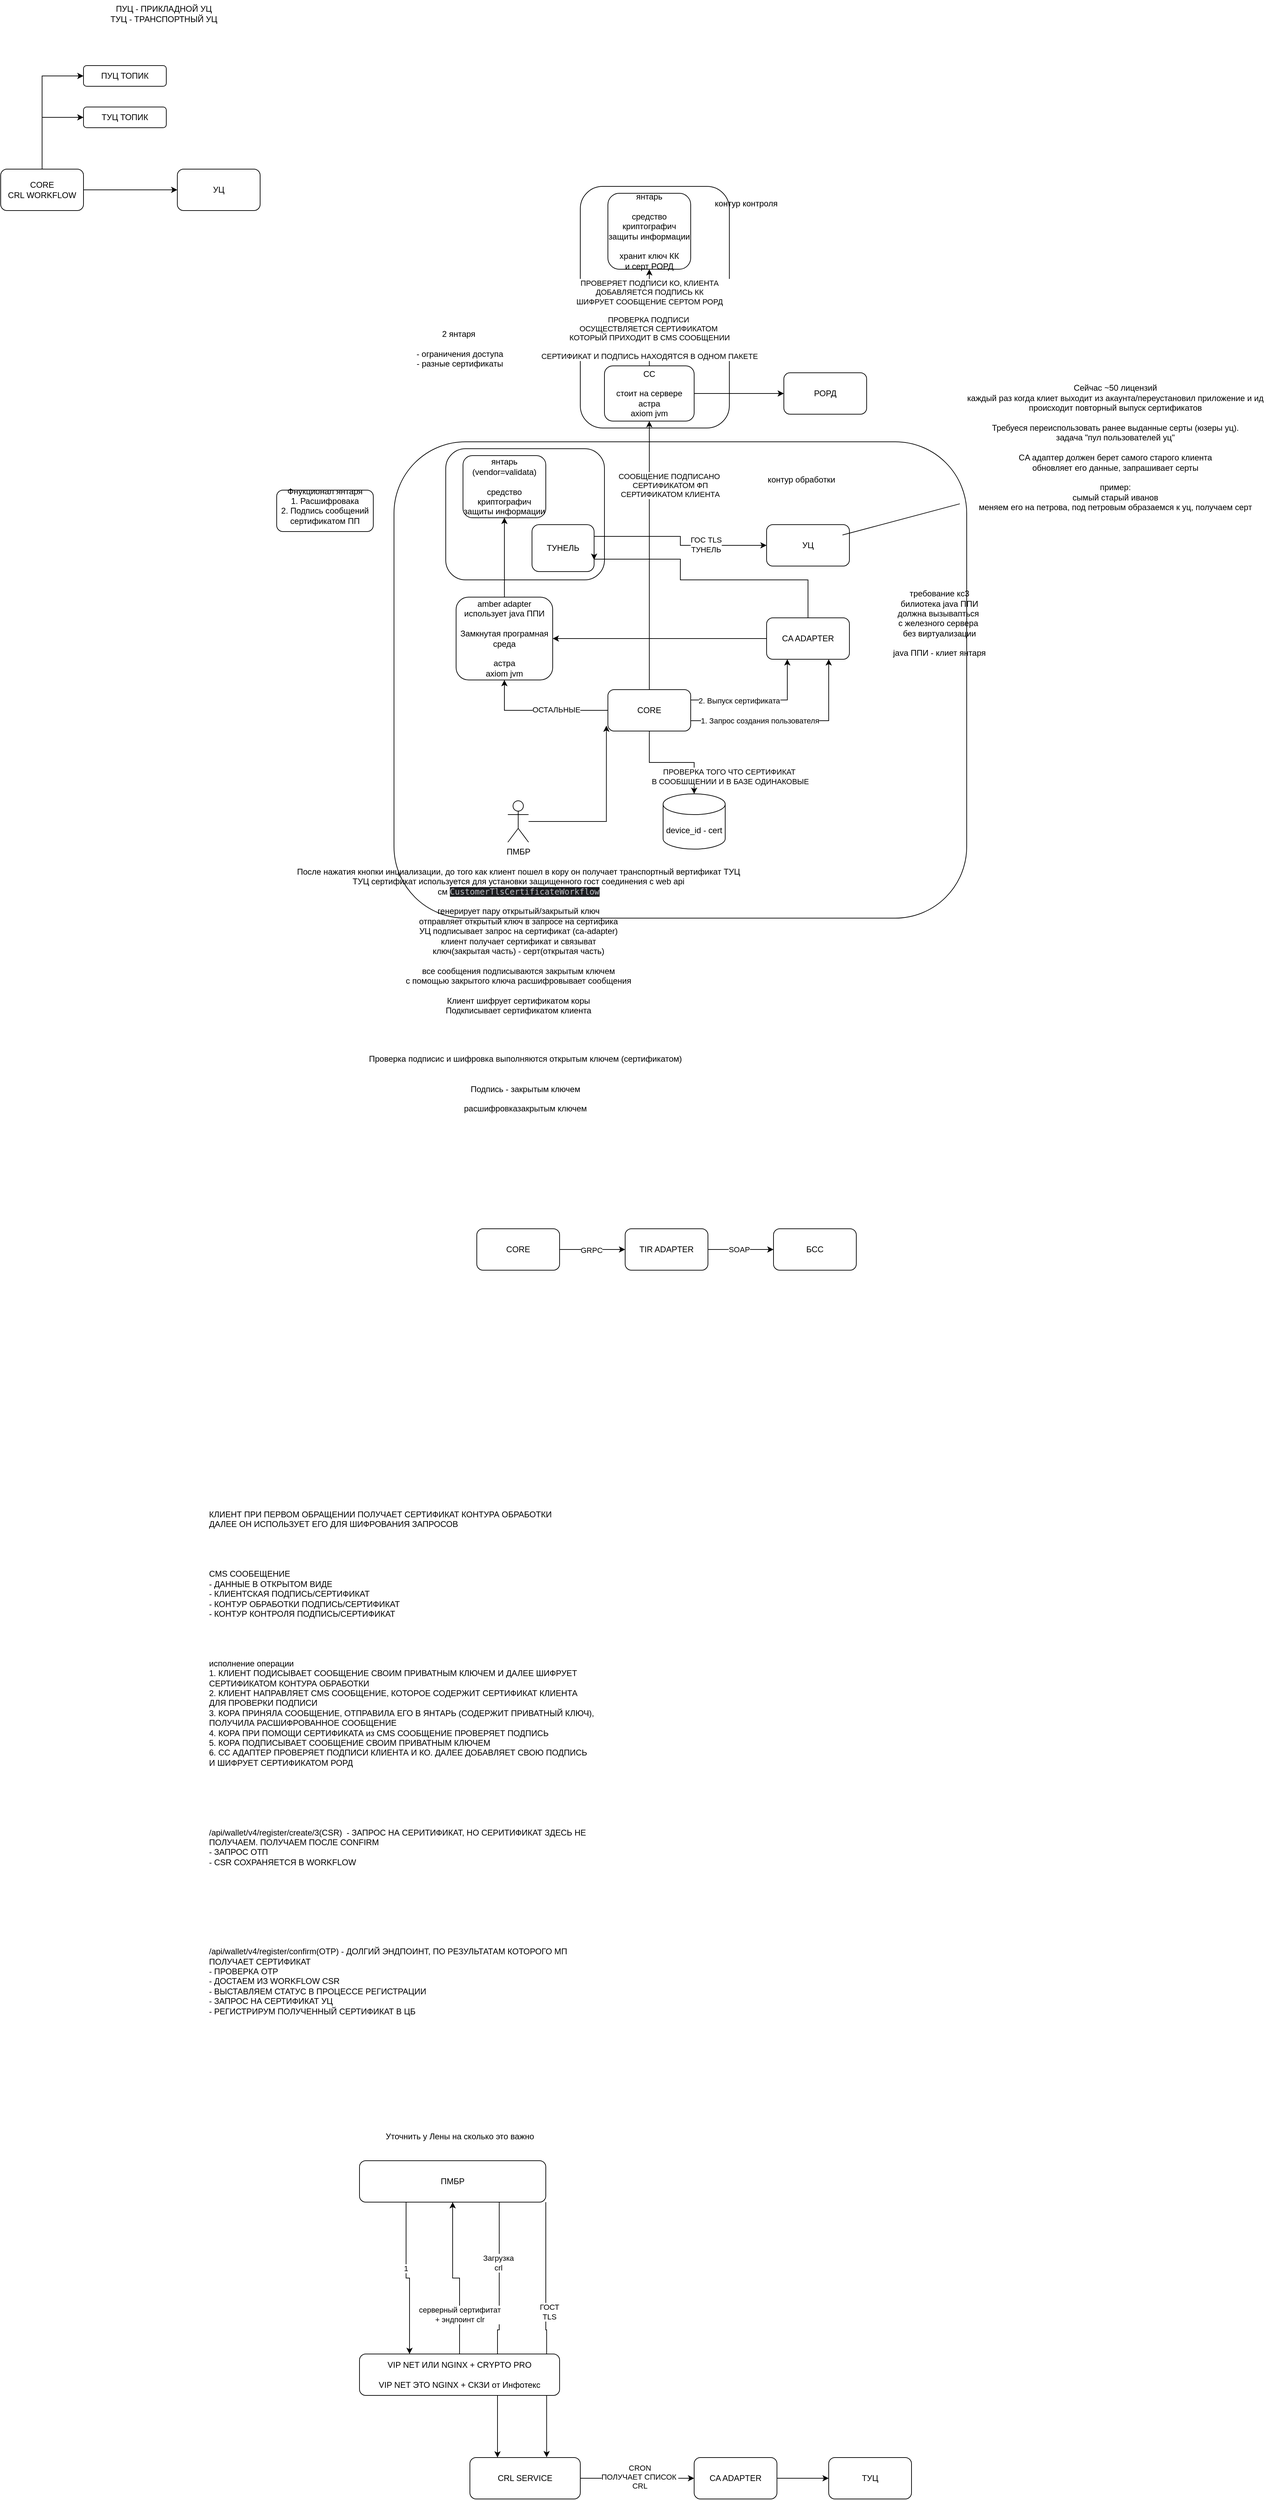
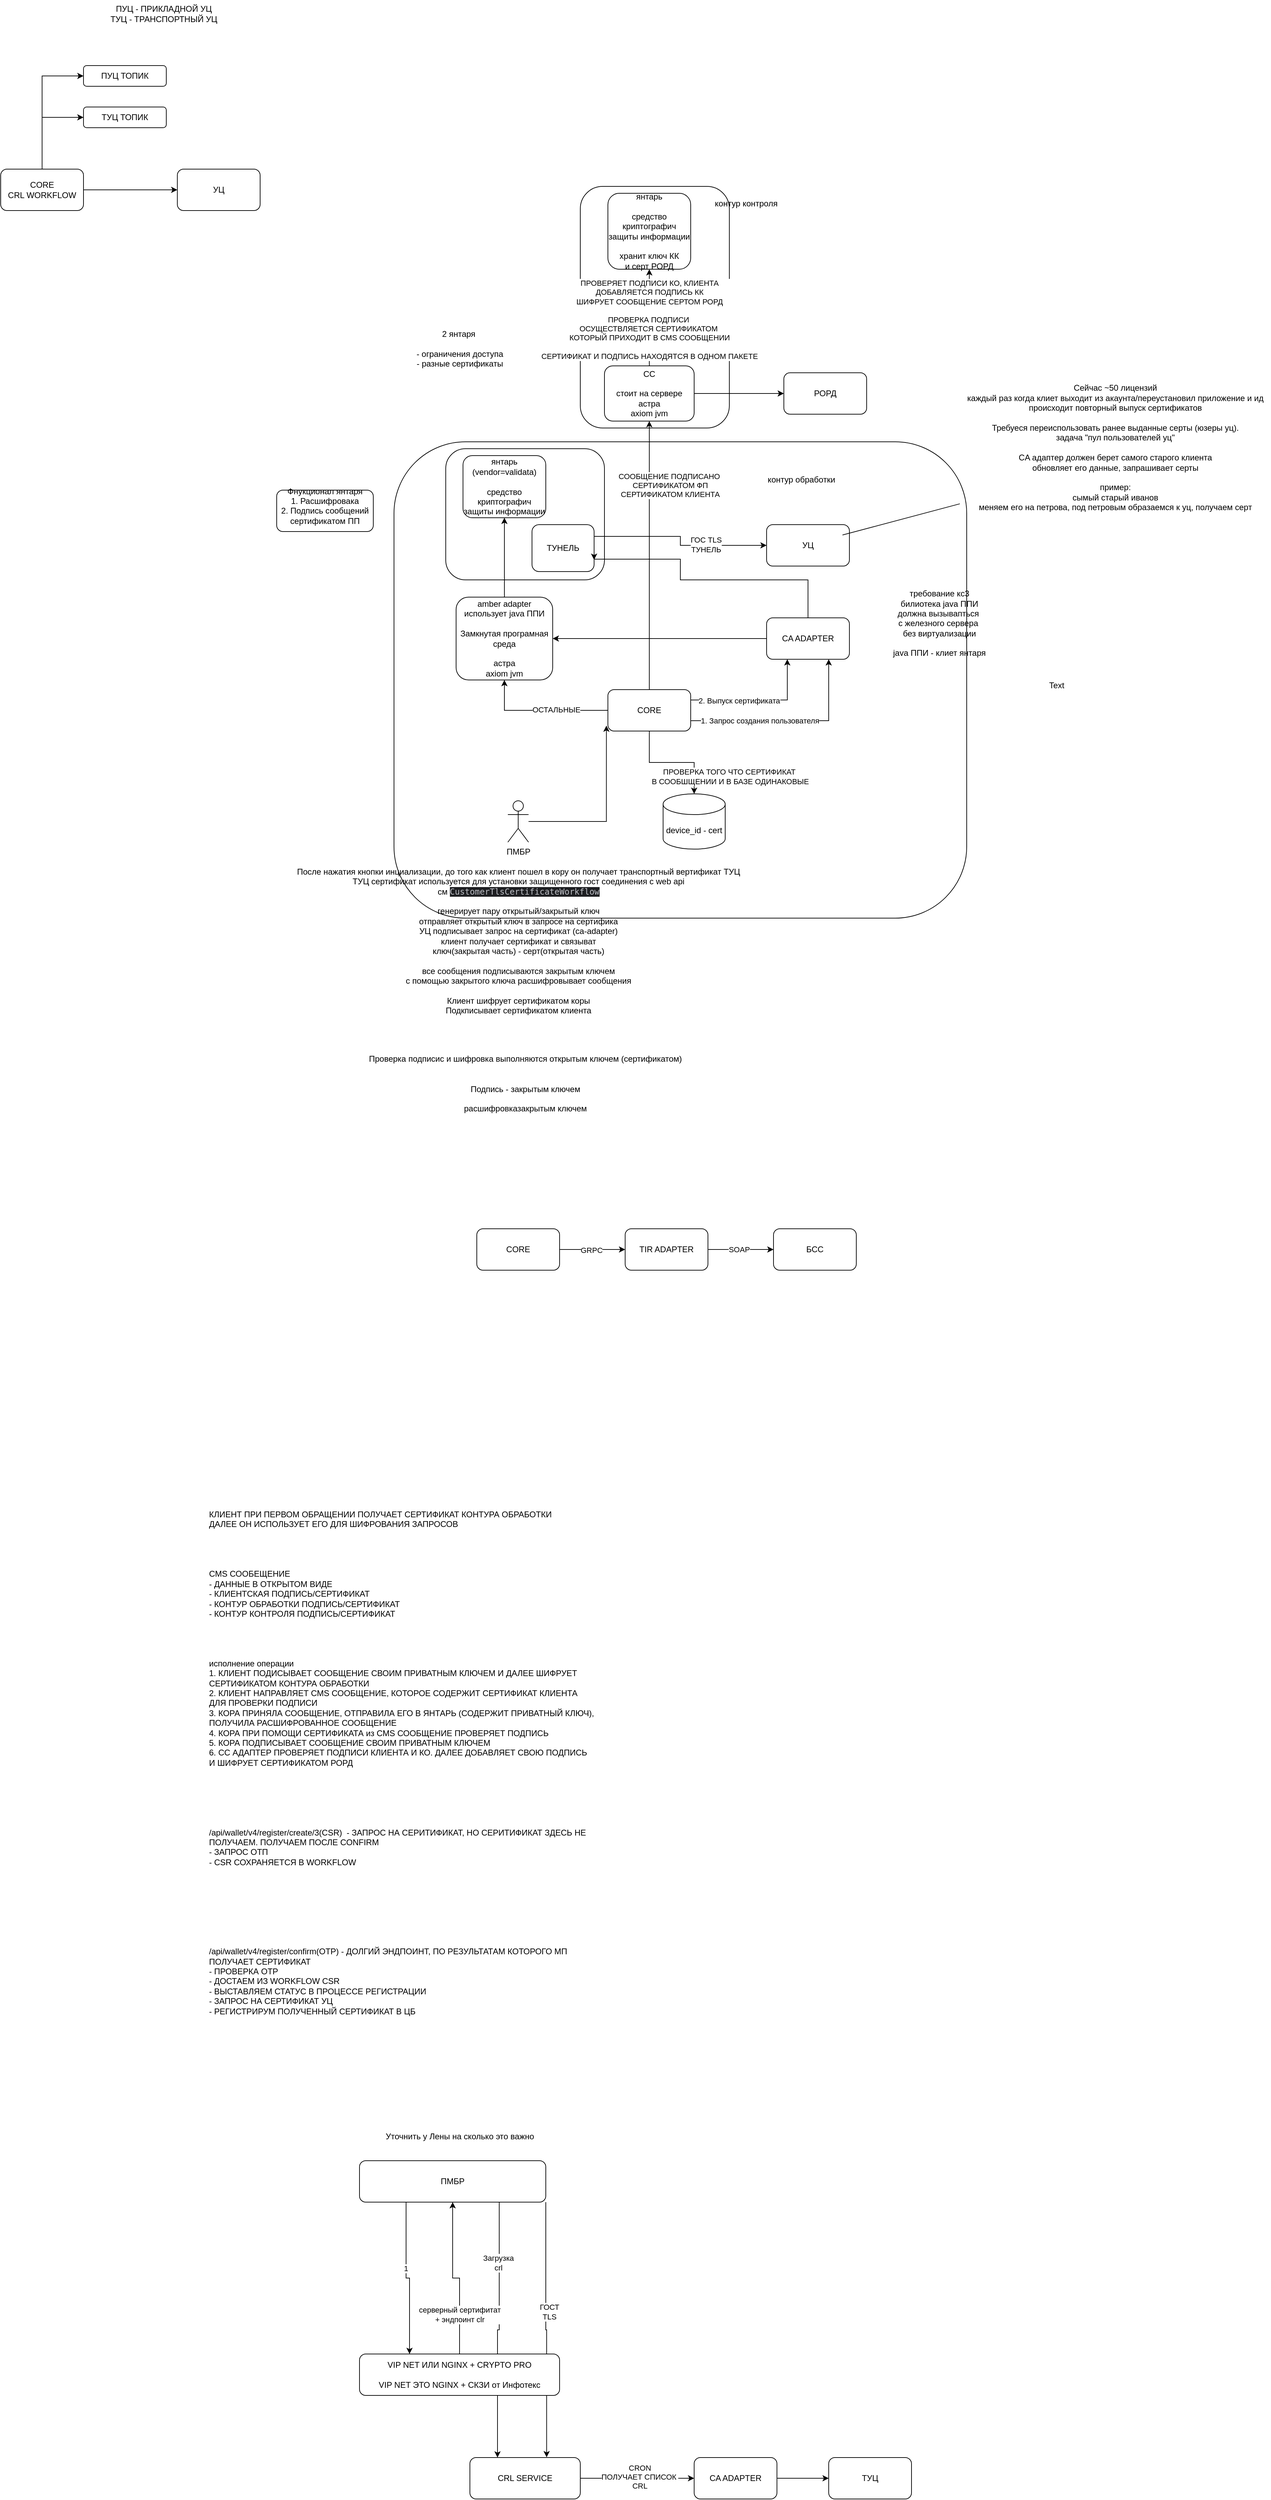
- <mxfile host="Electron" agent="Mozilla/5.0 (Windows NT 10.0; Win64; x64) AppleWebKit/537.36 (KHTML, like Gecko) draw.io/26.0.4 Chrome/128.0.6613.186 Electron/32.2.5 Safari/537.36" version="26.0.4" pages="3">
+ <mxfile host="Electron" agent="Mozilla/5.0 (Windows NT 10.0; Win64; x64) AppleWebKit/537.36 (KHTML, like Gecko) draw.io/26.0.4 Chrome/128.0.6613.186 Electron/32.2.5 Safari/537.36" version="26.0.4" pages="4">
  <diagram name="Страница — 1" id="pgvcaZ0Rv6buhrO1yxXQ">
-     <mxGraphModel dx="2257" dy="825" grid="1" gridSize="10" guides="1" tooltips="1" connect="1" arrows="1" fold="1" page="1" pageScale="1" pageWidth="827" pageHeight="1169" math="0" shadow="0">
+     <mxGraphModel dx="2501" dy="836" grid="1" gridSize="10" guides="1" tooltips="1" connect="1" arrows="1" fold="1" page="1" pageScale="1" pageWidth="827" pageHeight="1169" math="0" shadow="0">
      <root>
        <mxCell id="0" />
        <mxCell id="1" parent="0" />
        <mxCell id="4sIBM63_LyJVRaDMRHby-28" value="" style="rounded=1;whiteSpace=wrap;html=1;" parent="1" vertex="1">
          <mxGeometry x="40" y="750" width="830" height="690" as="geometry" />
        </mxCell>
        <mxCell id="4sIBM63_LyJVRaDMRHby-41" value="" style="rounded=1;whiteSpace=wrap;html=1;" parent="1" vertex="1">
          <mxGeometry x="115" y="760" width="230" height="190" as="geometry" />
        </mxCell>
        <mxCell id="4sIBM63_LyJVRaDMRHby-27" value="" style="rounded=1;whiteSpace=wrap;html=1;" parent="1" vertex="1">
          <mxGeometry x="310" y="380" width="216" height="350" as="geometry" />
        </mxCell>
        <mxCell id="4sIBM63_LyJVRaDMRHby-3" value="" style="edgeStyle=orthogonalEdgeStyle;rounded=0;orthogonalLoop=1;jettySize=auto;html=1;exitX=1;exitY=0.75;exitDx=0;exitDy=0;entryX=0.75;entryY=1;entryDx=0;entryDy=0;" parent="1" source="4sIBM63_LyJVRaDMRHby-1" target="4sIBM63_LyJVRaDMRHby-2" edge="1">
          <mxGeometry relative="1" as="geometry" />
        </mxCell>
        <mxCell id="4sIBM63_LyJVRaDMRHby-10" value="1. Запрос создания пользователя" style="edgeLabel;html=1;align=center;verticalAlign=middle;resizable=0;points=[];" parent="4sIBM63_LyJVRaDMRHby-3" vertex="1" connectable="0">
          <mxGeometry x="-0.2626" y="1" relative="1" as="geometry">
            <mxPoint x="-7" y="1" as="offset" />
          </mxGeometry>
        </mxCell>
        <mxCell id="4sIBM63_LyJVRaDMRHby-5" value="" style="edgeStyle=orthogonalEdgeStyle;rounded=0;orthogonalLoop=1;jettySize=auto;html=1;" parent="1" source="4sIBM63_LyJVRaDMRHby-1" target="4sIBM63_LyJVRaDMRHby-4" edge="1">
          <mxGeometry relative="1" as="geometry" />
        </mxCell>
        <mxCell id="4sIBM63_LyJVRaDMRHby-48" value="СООБЩЕНИЕ ПОДПИСАНО&amp;nbsp;&lt;div&gt;СЕРТИФИКАТОМ ФП&lt;/div&gt;&lt;div&gt;СЕРТИФИКАТОМ КЛИЕНТА&lt;/div&gt;" style="edgeLabel;html=1;align=center;verticalAlign=middle;resizable=0;points=[];" parent="4sIBM63_LyJVRaDMRHby-5" vertex="1" connectable="0">
          <mxGeometry x="0.4064" relative="1" as="geometry">
            <mxPoint x="30" y="-23" as="offset" />
          </mxGeometry>
        </mxCell>
        <mxCell id="4sIBM63_LyJVRaDMRHby-12" value="" style="edgeStyle=orthogonalEdgeStyle;rounded=0;orthogonalLoop=1;jettySize=auto;html=1;" parent="1" source="4sIBM63_LyJVRaDMRHby-1" target="4sIBM63_LyJVRaDMRHby-11" edge="1">
          <mxGeometry relative="1" as="geometry" />
        </mxCell>
        <mxCell id="4sIBM63_LyJVRaDMRHby-50" value="ПРОВЕРКА ТОГО ЧТО СЕРТИФИКАТ&amp;nbsp;&lt;div&gt;В СООБШЩЕНИИ И В БАЗЕ ОДИНАКОВЫЕ&lt;/div&gt;" style="edgeLabel;html=1;align=center;verticalAlign=middle;resizable=0;points=[];" parent="4sIBM63_LyJVRaDMRHby-12" vertex="1" connectable="0">
          <mxGeometry x="0.0362" relative="1" as="geometry">
            <mxPoint x="81" y="20" as="offset" />
          </mxGeometry>
        </mxCell>
        <mxCell id="4sIBM63_LyJVRaDMRHby-14" value="" style="edgeStyle=orthogonalEdgeStyle;rounded=0;orthogonalLoop=1;jettySize=auto;html=1;" parent="1" source="4sIBM63_LyJVRaDMRHby-1" target="4sIBM63_LyJVRaDMRHby-13" edge="1">
          <mxGeometry relative="1" as="geometry" />
        </mxCell>
        <mxCell id="4sIBM63_LyJVRaDMRHby-46" value="ОСТАЛЬНЫЕ" style="edgeLabel;html=1;align=center;verticalAlign=middle;resizable=0;points=[];" parent="4sIBM63_LyJVRaDMRHby-14" vertex="1" connectable="0">
          <mxGeometry x="-0.2231" y="-1" relative="1" as="geometry">
            <mxPoint as="offset" />
          </mxGeometry>
        </mxCell>
        <mxCell id="pcI6uLumDVg8t84by_lJ-2" style="edgeStyle=orthogonalEdgeStyle;rounded=0;orthogonalLoop=1;jettySize=auto;html=1;exitX=1;exitY=0.25;exitDx=0;exitDy=0;entryX=0.25;entryY=1;entryDx=0;entryDy=0;" parent="1" source="4sIBM63_LyJVRaDMRHby-1" target="4sIBM63_LyJVRaDMRHby-2" edge="1">
          <mxGeometry relative="1" as="geometry" />
        </mxCell>
        <mxCell id="pcI6uLumDVg8t84by_lJ-3" value="2. Выпуск сертификата" style="edgeLabel;html=1;align=center;verticalAlign=middle;resizable=0;points=[];" parent="pcI6uLumDVg8t84by_lJ-2" vertex="1" connectable="0">
          <mxGeometry x="-0.5713" y="-1" relative="1" as="geometry">
            <mxPoint x="27" as="offset" />
          </mxGeometry>
        </mxCell>
        <mxCell id="4sIBM63_LyJVRaDMRHby-1" value="CORE" style="rounded=1;whiteSpace=wrap;html=1;" parent="1" vertex="1">
          <mxGeometry x="350" y="1109" width="120" height="60" as="geometry" />
        </mxCell>
        <mxCell id="4sIBM63_LyJVRaDMRHby-23" style="edgeStyle=orthogonalEdgeStyle;rounded=0;orthogonalLoop=1;jettySize=auto;html=1;entryX=1;entryY=0.5;entryDx=0;entryDy=0;" parent="1" source="4sIBM63_LyJVRaDMRHby-2" target="4sIBM63_LyJVRaDMRHby-13" edge="1">
          <mxGeometry relative="1" as="geometry" />
        </mxCell>
        <mxCell id="4sIBM63_LyJVRaDMRHby-2" value="CA ADAPTER" style="whiteSpace=wrap;html=1;rounded=1;" parent="1" vertex="1">
          <mxGeometry x="580" y="1005" width="120" height="60" as="geometry" />
        </mxCell>
        <mxCell id="4sIBM63_LyJVRaDMRHby-7" value="" style="edgeStyle=orthogonalEdgeStyle;rounded=0;orthogonalLoop=1;jettySize=auto;html=1;" parent="1" source="4sIBM63_LyJVRaDMRHby-4" target="4sIBM63_LyJVRaDMRHby-6" edge="1">
          <mxGeometry relative="1" as="geometry" />
        </mxCell>
        <mxCell id="4sIBM63_LyJVRaDMRHby-49" value="&lt;div&gt;ПРОВЕРЯЕТ ПОДПИСИ КО, КЛИЕНТА&lt;/div&gt;ДОБАВЛЯЕТСЯ ПОДПИСЬ КК&lt;div&gt;ШИФРУЕТ СООБЩЕНИЕ СЕРТОМ РОРД&lt;/div&gt;&lt;div&gt;&lt;br&gt;&lt;/div&gt;&lt;div&gt;ПРОВЕРКА ПОДПИСИ&amp;nbsp;&lt;/div&gt;&lt;div&gt;ОСУЩЕСТВЛЯЕТСЯ СЕРТИФИКАТОМ&amp;nbsp;&lt;/div&gt;&lt;div&gt;КОТОРЫЙ ПРИХОДИТ В CMS СООБЩЕНИИ&lt;/div&gt;&lt;div&gt;&lt;br&gt;&lt;/div&gt;&lt;div&gt;СЕРТИФИКАТ И ПОДПИСЬ НАХОДЯТСЯ В ОДНОМ ПАКЕТЕ&lt;/div&gt;" style="edgeLabel;html=1;align=center;verticalAlign=middle;resizable=0;points=[];" parent="4sIBM63_LyJVRaDMRHby-7" vertex="1" connectable="0">
          <mxGeometry x="-0.0457" relative="1" as="geometry">
            <mxPoint as="offset" />
          </mxGeometry>
        </mxCell>
        <mxCell id="4sIBM63_LyJVRaDMRHby-9" value="" style="edgeStyle=orthogonalEdgeStyle;rounded=0;orthogonalLoop=1;jettySize=auto;html=1;" parent="1" source="4sIBM63_LyJVRaDMRHby-4" target="4sIBM63_LyJVRaDMRHby-8" edge="1">
          <mxGeometry relative="1" as="geometry" />
        </mxCell>
        <mxCell id="4sIBM63_LyJVRaDMRHby-4" value="CC&lt;div&gt;&lt;br&gt;&lt;/div&gt;&lt;div&gt;стоит на сервере&lt;/div&gt;&lt;div&gt;астра&lt;/div&gt;&lt;div&gt;axiom jvm&lt;/div&gt;" style="whiteSpace=wrap;html=1;rounded=1;" parent="1" vertex="1">
          <mxGeometry x="345" y="640" width="130" height="80" as="geometry" />
        </mxCell>
        <mxCell id="4sIBM63_LyJVRaDMRHby-6" value="янтарь&lt;div&gt;&lt;br&gt;&lt;/div&gt;&lt;div&gt;средство криптографич защиты информации&lt;/div&gt;&lt;div&gt;&lt;br&gt;&lt;/div&gt;&lt;div&gt;хранит ключ КК&lt;/div&gt;&lt;div&gt;и серт РОРД&lt;/div&gt;" style="whiteSpace=wrap;html=1;rounded=1;" parent="1" vertex="1">
          <mxGeometry x="350" y="390" width="120" height="110" as="geometry" />
        </mxCell>
        <mxCell id="4sIBM63_LyJVRaDMRHby-8" value="РОРД" style="whiteSpace=wrap;html=1;rounded=1;" parent="1" vertex="1">
          <mxGeometry x="605" y="650" width="120" height="60" as="geometry" />
        </mxCell>
        <mxCell id="4sIBM63_LyJVRaDMRHby-11" value="device_id - cert" style="shape=cylinder3;whiteSpace=wrap;html=1;boundedLbl=1;backgroundOutline=1;size=15;" parent="1" vertex="1">
          <mxGeometry x="430" y="1260" width="90" height="80" as="geometry" />
        </mxCell>
        <mxCell id="4sIBM63_LyJVRaDMRHby-26" value="" style="edgeStyle=orthogonalEdgeStyle;rounded=0;orthogonalLoop=1;jettySize=auto;html=1;" parent="1" source="4sIBM63_LyJVRaDMRHby-13" target="4sIBM63_LyJVRaDMRHby-25" edge="1">
          <mxGeometry relative="1" as="geometry" />
        </mxCell>
        <mxCell id="4sIBM63_LyJVRaDMRHby-13" value="amber adapter&lt;div&gt;использует java ППИ&lt;/div&gt;&lt;div&gt;&lt;div&gt;&lt;br&gt;&lt;/div&gt;&lt;div&gt;Замкнутая програмная среда&lt;/div&gt;&lt;div&gt;&lt;br&gt;&lt;/div&gt;&lt;div&gt;&lt;div&gt;астра&lt;/div&gt;&lt;div&gt;axiom jvm&lt;/div&gt;&lt;/div&gt;&lt;/div&gt;" style="whiteSpace=wrap;html=1;rounded=1;" parent="1" vertex="1">
          <mxGeometry x="130" y="975" width="140" height="120" as="geometry" />
        </mxCell>
        <mxCell id="4sIBM63_LyJVRaDMRHby-17" value="ПМБР&lt;div&gt;&lt;br&gt;&lt;/div&gt;&lt;div&gt;После нажатия кнопки инциализации, до того как клиент пошел в кору он получает транспортный вертификат ТУЦ&lt;/div&gt;&lt;div&gt;ТУЦ сертификат используется для установки защищенного гост соединения с web api&lt;br&gt;см&amp;nbsp;&lt;span style=&quot;font-family: &amp;quot;JetBrains Mono&amp;quot;, monospace; background-color: rgb(30, 31, 34); color: rgb(188, 190, 196);&quot;&gt;CustomerTlsCertificateWorkflow&lt;/span&gt;&lt;/div&gt;&lt;div&gt;&lt;br&gt;&lt;/div&gt;&lt;div&gt;генерирует пару открытый/закрытый ключ&lt;/div&gt;&lt;div&gt;отправляет открытый ключ в запросе на сертифика&lt;/div&gt;&lt;div&gt;УЦ подписывает запрос на сертификат (ca-adapter)&lt;/div&gt;&lt;div&gt;клиент получает сертификат и связыват&lt;/div&gt;&lt;div&gt;ключ(закрытая часть) - серт(открытая часть)&lt;/div&gt;&lt;div&gt;&lt;br&gt;&lt;/div&gt;&lt;div&gt;все сообщения подписываются закрытым ключем&lt;/div&gt;&lt;div&gt;с помощью закрытого ключа расшифровывает сообщения&lt;/div&gt;&lt;div&gt;&lt;br&gt;&lt;/div&gt;&lt;div&gt;Клиент шифрует сертификатом коры&lt;/div&gt;&lt;div&gt;Подкписывает сертификатом клиента&lt;/div&gt;&lt;div&gt;&lt;br&gt;&lt;/div&gt;" style="shape=umlActor;verticalLabelPosition=bottom;verticalAlign=top;html=1;outlineConnect=0;" parent="1" vertex="1">
          <mxGeometry x="205" y="1270" width="30" height="60" as="geometry" />
        </mxCell>
        <mxCell id="4sIBM63_LyJVRaDMRHby-22" style="edgeStyle=orthogonalEdgeStyle;rounded=0;orthogonalLoop=1;jettySize=auto;html=1;entryX=-0.018;entryY=0.868;entryDx=0;entryDy=0;entryPerimeter=0;" parent="1" source="4sIBM63_LyJVRaDMRHby-17" target="4sIBM63_LyJVRaDMRHby-1" edge="1">
          <mxGeometry relative="1" as="geometry" />
        </mxCell>
        <mxCell id="4sIBM63_LyJVRaDMRHby-25" value="янтарь (vendor=validata)&lt;div&gt;&lt;br&gt;&lt;/div&gt;&lt;div&gt;средство криптографич защиты информации&lt;/div&gt;" style="whiteSpace=wrap;html=1;rounded=1;" parent="1" vertex="1">
          <mxGeometry x="140" y="770" width="120" height="90" as="geometry" />
        </mxCell>
        <mxCell id="4sIBM63_LyJVRaDMRHby-29" value="контур контроля" style="text;html=1;align=center;verticalAlign=middle;resizable=0;points=[];autosize=1;strokeColor=none;fillColor=none;" parent="1" vertex="1">
          <mxGeometry x="495" y="390" width="110" height="30" as="geometry" />
        </mxCell>
        <mxCell id="4sIBM63_LyJVRaDMRHby-30" value="контур обработки" style="text;html=1;align=center;verticalAlign=middle;resizable=0;points=[];autosize=1;strokeColor=none;fillColor=none;" parent="1" vertex="1">
          <mxGeometry x="570" y="790" width="120" height="30" as="geometry" />
        </mxCell>
        <mxCell id="4sIBM63_LyJVRaDMRHby-31" value="требование кс3&lt;div&gt;билиотека java ППИ&lt;/div&gt;&lt;div&gt;должна вызывапться&amp;nbsp;&lt;/div&gt;&lt;div&gt;с железного сервера&amp;nbsp;&lt;/div&gt;&lt;div&gt;без виртуализации&lt;/div&gt;&lt;div&gt;&lt;br&gt;&lt;/div&gt;&lt;div&gt;java ППИ - клиет янтаря&lt;/div&gt;" style="text;html=1;align=center;verticalAlign=middle;resizable=0;points=[];autosize=1;strokeColor=none;fillColor=none;" parent="1" vertex="1">
          <mxGeometry x="750" y="958" width="160" height="110" as="geometry" />
        </mxCell>
        <mxCell id="4sIBM63_LyJVRaDMRHby-32" value="2 янтаря&amp;nbsp;&lt;div&gt;&lt;br&gt;&lt;/div&gt;&lt;div&gt;- ограничения доступа&lt;/div&gt;&lt;div&gt;- разные сертификаты&lt;/div&gt;" style="text;html=1;align=center;verticalAlign=middle;resizable=0;points=[];autosize=1;strokeColor=none;fillColor=none;" parent="1" vertex="1">
          <mxGeometry x="60" y="580" width="150" height="70" as="geometry" />
        </mxCell>
        <mxCell id="4sIBM63_LyJVRaDMRHby-35" value="УЦ" style="whiteSpace=wrap;html=1;rounded=1;" parent="1" vertex="1">
          <mxGeometry x="580" y="870" width="120" height="60" as="geometry" />
        </mxCell>
        <mxCell id="4sIBM63_LyJVRaDMRHby-44" style="edgeStyle=orthogonalEdgeStyle;rounded=0;orthogonalLoop=1;jettySize=auto;html=1;exitX=1;exitY=0.25;exitDx=0;exitDy=0;entryX=0;entryY=0.5;entryDx=0;entryDy=0;" parent="1" source="4sIBM63_LyJVRaDMRHby-38" target="4sIBM63_LyJVRaDMRHby-35" edge="1">
          <mxGeometry relative="1" as="geometry" />
        </mxCell>
        <mxCell id="4sIBM63_LyJVRaDMRHby-45" value="ГОС TLS&lt;div&gt;ТУНЕЛЬ&lt;/div&gt;" style="edgeLabel;html=1;align=center;verticalAlign=middle;resizable=0;points=[];" parent="4sIBM63_LyJVRaDMRHby-44" vertex="1" connectable="0">
          <mxGeometry x="0.3296" y="1" relative="1" as="geometry">
            <mxPoint as="offset" />
          </mxGeometry>
        </mxCell>
        <mxCell id="4sIBM63_LyJVRaDMRHby-38" value="ТУНЕЛЬ" style="whiteSpace=wrap;html=1;rounded=1;" parent="1" vertex="1">
          <mxGeometry x="240" y="870" width="90" height="68" as="geometry" />
        </mxCell>
        <mxCell id="4sIBM63_LyJVRaDMRHby-43" style="edgeStyle=orthogonalEdgeStyle;rounded=0;orthogonalLoop=1;jettySize=auto;html=1;entryX=1;entryY=0.75;entryDx=0;entryDy=0;" parent="1" source="4sIBM63_LyJVRaDMRHby-2" target="4sIBM63_LyJVRaDMRHby-38" edge="1">
          <mxGeometry relative="1" as="geometry">
            <Array as="points">
              <mxPoint x="640" y="950" />
              <mxPoint x="455" y="950" />
              <mxPoint x="455" y="920" />
              <mxPoint x="330" y="920" />
            </Array>
          </mxGeometry>
        </mxCell>
        <mxCell id="4sIBM63_LyJVRaDMRHby-47" value="Фнукционал янтаря&lt;div&gt;1. Расшифровака&lt;/div&gt;&lt;div&gt;2. Подпись сообщений сертификатом ПП&lt;/div&gt;&lt;div&gt;&lt;br&gt;&lt;/div&gt;" style="rounded=1;whiteSpace=wrap;html=1;" parent="1" vertex="1">
          <mxGeometry x="-130" y="820" width="140" height="60" as="geometry" />
        </mxCell>
        <mxCell id="4sIBM63_LyJVRaDMRHby-51" value="Проверка подписис и шифровка выполняются открытым ключем (сертификатом)&lt;div&gt;&lt;br&gt;&lt;/div&gt;&lt;div&gt;&lt;br&gt;&lt;/div&gt;&lt;div&gt;Подпись - закрытым ключем&lt;/div&gt;&lt;div&gt;&lt;br&gt;&lt;/div&gt;&lt;div&gt;расшифровказакрытым ключем&lt;/div&gt;" style="text;html=1;align=center;verticalAlign=middle;resizable=0;points=[];autosize=1;strokeColor=none;fillColor=none;" parent="1" vertex="1">
          <mxGeometry x="-10" y="1630" width="480" height="100" as="geometry" />
        </mxCell>
        <mxCell id="uIm1Y0EgrWgQWR7Xcj3S-1" value="Сейчас ~50 лицензий&lt;div&gt;каждый раз когда клиет выходит из акаунта/переустановил приложение и ид&lt;/div&gt;&lt;div&gt;происходит повторный выпуск сертификатов&lt;/div&gt;&lt;div&gt;&lt;br&gt;&lt;/div&gt;&lt;div&gt;Требуеся переиспользовать ранее выданные серты (юзеры уц).&lt;/div&gt;&lt;div&gt;задача &quot;пул пользователей уц&quot;&lt;/div&gt;&lt;div&gt;&lt;br&gt;&lt;/div&gt;&lt;div&gt;CA адаптер должен берет самого старого клиента&lt;/div&gt;&lt;div&gt;обновляет его данные, запрашивает серты&lt;/div&gt;&lt;div&gt;&lt;br&gt;&lt;/div&gt;&lt;div&gt;пример:&lt;/div&gt;&lt;div&gt;сымый старый иванов&lt;/div&gt;&lt;div&gt;меняем его на петрова, под петровым образаемся к уц, получаем серт&lt;/div&gt;&lt;div&gt;&lt;br&gt;&lt;/div&gt;&lt;div&gt;&lt;br&gt;&lt;/div&gt;&lt;div&gt;&lt;br&gt;&lt;/div&gt;" style="text;html=1;align=center;verticalAlign=middle;resizable=0;points=[];autosize=1;strokeColor=none;fillColor=none;" parent="1" vertex="1">
          <mxGeometry x="860" y="660" width="450" height="240" as="geometry" />
        </mxCell>
        <mxCell id="uIm1Y0EgrWgQWR7Xcj3S-2" value="" style="endArrow=none;html=1;rounded=0;" parent="1" target="uIm1Y0EgrWgQWR7Xcj3S-1" edge="1">
          <mxGeometry width="50" height="50" relative="1" as="geometry">
            <mxPoint x="690" y="885" as="sourcePoint" />
            <mxPoint x="740" y="835" as="targetPoint" />
          </mxGeometry>
        </mxCell>
        <mxCell id="uIm1Y0EgrWgQWR7Xcj3S-3" value="БСС" style="rounded=1;whiteSpace=wrap;html=1;" parent="1" vertex="1">
          <mxGeometry x="590" y="1890" width="120" height="60" as="geometry" />
        </mxCell>
        <mxCell id="uIm1Y0EgrWgQWR7Xcj3S-8" value="" style="edgeStyle=orthogonalEdgeStyle;rounded=0;orthogonalLoop=1;jettySize=auto;html=1;" parent="1" source="uIm1Y0EgrWgQWR7Xcj3S-4" target="uIm1Y0EgrWgQWR7Xcj3S-5" edge="1">
          <mxGeometry relative="1" as="geometry" />
        </mxCell>
        <mxCell id="uIm1Y0EgrWgQWR7Xcj3S-9" value="GRPC" style="edgeLabel;html=1;align=center;verticalAlign=middle;resizable=0;points=[];" parent="uIm1Y0EgrWgQWR7Xcj3S-8" vertex="1" connectable="0">
          <mxGeometry x="-0.0363" y="-1" relative="1" as="geometry">
            <mxPoint as="offset" />
          </mxGeometry>
        </mxCell>
        <mxCell id="uIm1Y0EgrWgQWR7Xcj3S-4" value="CORE" style="rounded=1;whiteSpace=wrap;html=1;" parent="1" vertex="1">
          <mxGeometry x="160" y="1890" width="120" height="60" as="geometry" />
        </mxCell>
        <mxCell id="uIm1Y0EgrWgQWR7Xcj3S-6" value="" style="edgeStyle=orthogonalEdgeStyle;rounded=0;orthogonalLoop=1;jettySize=auto;html=1;" parent="1" source="uIm1Y0EgrWgQWR7Xcj3S-5" target="uIm1Y0EgrWgQWR7Xcj3S-3" edge="1">
          <mxGeometry relative="1" as="geometry" />
        </mxCell>
        <mxCell id="uIm1Y0EgrWgQWR7Xcj3S-7" value="SOAP" style="edgeLabel;html=1;align=center;verticalAlign=middle;resizable=0;points=[];" parent="uIm1Y0EgrWgQWR7Xcj3S-6" vertex="1" connectable="0">
          <mxGeometry x="0.4751" y="-1" relative="1" as="geometry">
            <mxPoint x="-25" y="-1" as="offset" />
          </mxGeometry>
        </mxCell>
        <mxCell id="uIm1Y0EgrWgQWR7Xcj3S-5" value="TIR ADAPTER" style="rounded=1;whiteSpace=wrap;html=1;" parent="1" vertex="1">
          <mxGeometry x="375" y="1890" width="120" height="60" as="geometry" />
        </mxCell>
        <mxCell id="UknL3V866Mz8AX77sruj-1" value="КЛИЕНТ ПРИ ПЕРВОМ ОБРАЩЕНИИ ПОЛУЧАЕТ СЕРТИФИКАТ КОНТУРА ОБРАБОТКИ&#xa;ДАЛЕЕ ОН ИСПОЛЬЗУЕТ ЕГО ДЛЯ ШИФРОВАНИЯ ЗАПРОСОВ&#xa;&#xa;&#xa;&#xa;&#xa;CMS СООБЕЩЕНИЕ&#xa;- ДАННЫЕ В ОТКРЫТОМ ВИДЕ&#xa;- КЛИЕНТСКАЯ ПОДПИСЬ/СЕРТИФИКАТ&#xa;- КОНТУР ОБРАБОТКИ ПОДПИСЬ/СЕРТИФИКАТ&#xa;- КОНТУР КОНТРОЛЯ ПОДПИСЬ/СЕРТИФИКАТ&#xa;&#xa;&#xa;&#xa;&#xa;исполнение операции&#xa;1. КЛИЕНТ ПОДИСЫВАЕТ СООБЩЕНИЕ СВОИМ ПРИВАТНЫМ КЛЮЧЕМ И ДАЛЕЕ ШИФРУЕТ СЕРТИФИКАТОМ КОНТУРА ОБРАБОТКИ&#xa;2. КЛИЕНТ НАПРАВЛЯЕТ CMS СООБЩЕНИЕ, КОТОРОЕ СОДЕРЖИТ СЕРТИФИКАТ КЛИЕНТА ДЛЯ ПРОВЕРКИ ПОДПИСИ&#xa;3. КОРА ПРИНЯЛА СООБЩЕНИЕ, ОТПРАВИЛА ЕГО В ЯНТАРЬ (СОДЕРЖИТ ПРИВАТНЫЙ КЛЮЧ), ПОЛУЧИЛА РАСШИФРОВАННОЕ СООБЩЕНИЕ&#xa;4. КОРА ПРИ ПОМОЩИ СЕРТИФИКАТА из CMS СООБЩЕНИЕ ПРОВЕРЯЕТ ПОДПИСЬ&#xa;5. КОРА ПОДПИСЫВАЕТ СООБЩЕНИЕ СВОИМ ПРИВАТНЫМ КЛЮЧЕМ&#xa;6. СС АДАПТЕР ПРОВЕРЯЕТ ПОДПИСИ КЛИЕНТА И КО. ДАЛЕЕ ДОБАВЛЯЕТ СВОЮ ПОДПИСЬ И ШИФРУЕТ СЕРТИФИКАТОМ РОРД&#xa;&#xa;&#xa;&#xa;&#xa;&#xa;&#xa;/api/wallet/v4/register/create/3(CSR)  - ЗАПРОС НА СЕРИТИФИКАТ, НО СЕРИТИФИКАТ ЗДЕСЬ НЕ ПОЛУЧАЕМ. ПОЛУЧАЕМ ПОСЛЕ CONFIRM&#xa;- ЗАПРОС ОТП&#xa;- CSR СОХРАНЯЕТСЯ В WORKFLOW&#xa;&#xa;&#xa;&#xa;&#xa;&#xa;&#xa;&#xa;&#xa;/api/wallet/v4/register/confirm(OTP) - ДОЛГИЙ ЭНДПОИНТ, ПО РЕЗУЛЬТАТАМ КОТОРОГО МП ПОЛУЧАЕТ СЕРТИФИКАТ&#xa;- ПРОВЕРКА OTP&#xa;- ДОСТАЕМ ИЗ WORKFLOW CSR&#xa;- ВЫСТАВЛЯЕМ СТАТУС В ПРОЦЕССЕ РЕГИСТРАЦИИ&#xa;- ЗАПРОС НА СЕРТИФИКАТ УЦ&#xa;- РЕГИСТРИРУМ ПОЛУЧЕННЫЙ СЕРТИФИКАТ В ЦБ" style="text;whiteSpace=wrap;" parent="1" vertex="1">
          <mxGeometry x="-230" y="2290" width="560" height="760" as="geometry" />
        </mxCell>
        <mxCell id="dq57_j2vLdb_g1SHtbGU-1" value="" style="edgeStyle=orthogonalEdgeStyle;rounded=0;orthogonalLoop=1;jettySize=auto;html=1;" parent="1" source="dq57_j2vLdb_g1SHtbGU-4" target="dq57_j2vLdb_g1SHtbGU-5" edge="1">
          <mxGeometry relative="1" as="geometry" />
        </mxCell>
        <mxCell id="dq57_j2vLdb_g1SHtbGU-2" style="edgeStyle=orthogonalEdgeStyle;rounded=0;orthogonalLoop=1;jettySize=auto;html=1;entryX=0;entryY=0.5;entryDx=0;entryDy=0;" parent="1" source="dq57_j2vLdb_g1SHtbGU-4" target="dq57_j2vLdb_g1SHtbGU-7" edge="1">
          <mxGeometry relative="1" as="geometry" />
        </mxCell>
        <mxCell id="dq57_j2vLdb_g1SHtbGU-3" style="edgeStyle=orthogonalEdgeStyle;rounded=0;orthogonalLoop=1;jettySize=auto;html=1;entryX=0;entryY=0.5;entryDx=0;entryDy=0;" parent="1" source="dq57_j2vLdb_g1SHtbGU-4" target="dq57_j2vLdb_g1SHtbGU-6" edge="1">
          <mxGeometry relative="1" as="geometry" />
        </mxCell>
        <mxCell id="dq57_j2vLdb_g1SHtbGU-4" value="CORE&lt;br&gt;CRL WORKFLOW" style="rounded=1;whiteSpace=wrap;html=1;" parent="1" vertex="1">
          <mxGeometry x="-530" y="355" width="120" height="60" as="geometry" />
        </mxCell>
        <mxCell id="dq57_j2vLdb_g1SHtbGU-5" value="УЦ" style="whiteSpace=wrap;html=1;rounded=1;" parent="1" vertex="1">
          <mxGeometry x="-274" y="355" width="120" height="60" as="geometry" />
        </mxCell>
        <mxCell id="dq57_j2vLdb_g1SHtbGU-6" value="ПУЦ ТОПИК" style="rounded=1;whiteSpace=wrap;html=1;" parent="1" vertex="1">
          <mxGeometry x="-410" y="205" width="120" height="30" as="geometry" />
        </mxCell>
        <mxCell id="dq57_j2vLdb_g1SHtbGU-7" value="ТУЦ ТОПИК" style="rounded=1;whiteSpace=wrap;html=1;" parent="1" vertex="1">
          <mxGeometry x="-410" y="265" width="120" height="30" as="geometry" />
        </mxCell>
        <mxCell id="dq57_j2vLdb_g1SHtbGU-8" value="ПУЦ - ПРИКЛАДНОЙ УЦ&lt;div&gt;ТУЦ - ТРАНСПОРТНЫЙ УЦ&lt;/div&gt;" style="text;html=1;align=center;verticalAlign=middle;resizable=0;points=[];autosize=1;strokeColor=none;fillColor=none;" parent="1" vertex="1">
          <mxGeometry x="-384" y="110" width="180" height="40" as="geometry" />
        </mxCell>
        <mxCell id="FtwS1VE2ofwAxsUsAAHx-10" style="edgeStyle=orthogonalEdgeStyle;rounded=0;orthogonalLoop=1;jettySize=auto;html=1;entryX=0.25;entryY=0;entryDx=0;entryDy=0;exitX=0.25;exitY=1;exitDx=0;exitDy=0;" parent="1" source="FtwS1VE2ofwAxsUsAAHx-2" target="FtwS1VE2ofwAxsUsAAHx-7" edge="1">
          <mxGeometry relative="1" as="geometry" />
        </mxCell>
        <mxCell id="FtwS1VE2ofwAxsUsAAHx-11" value="1" style="edgeLabel;html=1;align=center;verticalAlign=middle;resizable=0;points=[];" parent="FtwS1VE2ofwAxsUsAAHx-10" vertex="1" connectable="0">
          <mxGeometry x="-0.1524" y="-1" relative="1" as="geometry">
            <mxPoint as="offset" />
          </mxGeometry>
        </mxCell>
        <mxCell id="FtwS1VE2ofwAxsUsAAHx-17" style="edgeStyle=orthogonalEdgeStyle;rounded=0;orthogonalLoop=1;jettySize=auto;html=1;exitX=0.75;exitY=1;exitDx=0;exitDy=0;entryX=0.25;entryY=0;entryDx=0;entryDy=0;" parent="1" source="FtwS1VE2ofwAxsUsAAHx-2" target="FtwS1VE2ofwAxsUsAAHx-22" edge="1">
          <mxGeometry relative="1" as="geometry" />
        </mxCell>
        <mxCell id="FtwS1VE2ofwAxsUsAAHx-18" value="Загрузка&lt;br&gt;crl" style="edgeLabel;html=1;align=center;verticalAlign=middle;resizable=0;points=[];" parent="FtwS1VE2ofwAxsUsAAHx-17" vertex="1" connectable="0">
          <mxGeometry x="-0.4119" relative="1" as="geometry">
            <mxPoint x="-2" y="-22" as="offset" />
          </mxGeometry>
        </mxCell>
        <mxCell id="FtwS1VE2ofwAxsUsAAHx-19" style="edgeStyle=orthogonalEdgeStyle;rounded=0;orthogonalLoop=1;jettySize=auto;html=1;exitX=1;exitY=1;exitDx=0;exitDy=0;entryX=0.695;entryY=-0.007;entryDx=0;entryDy=0;entryPerimeter=0;" parent="1" source="FtwS1VE2ofwAxsUsAAHx-2" target="FtwS1VE2ofwAxsUsAAHx-22" edge="1">
          <mxGeometry relative="1" as="geometry" />
        </mxCell>
        <mxCell id="FtwS1VE2ofwAxsUsAAHx-2" value="ПМБР" style="rounded=1;whiteSpace=wrap;html=1;" parent="1" vertex="1">
          <mxGeometry x="-10" y="3240" width="270" height="60" as="geometry" />
        </mxCell>
        <mxCell id="FtwS1VE2ofwAxsUsAAHx-5" value="" style="edgeStyle=orthogonalEdgeStyle;rounded=0;orthogonalLoop=1;jettySize=auto;html=1;" parent="1" source="FtwS1VE2ofwAxsUsAAHx-3" target="FtwS1VE2ofwAxsUsAAHx-4" edge="1">
          <mxGeometry relative="1" as="geometry" />
        </mxCell>
        <mxCell id="FtwS1VE2ofwAxsUsAAHx-3" value="CA ADAPTER" style="rounded=1;whiteSpace=wrap;html=1;" parent="1" vertex="1">
          <mxGeometry x="475" y="3670" width="120" height="60" as="geometry" />
        </mxCell>
        <mxCell id="FtwS1VE2ofwAxsUsAAHx-4" value="ТУЦ" style="whiteSpace=wrap;html=1;rounded=1;" parent="1" vertex="1">
          <mxGeometry x="670" y="3670" width="120" height="60" as="geometry" />
        </mxCell>
        <mxCell id="FtwS1VE2ofwAxsUsAAHx-8" value="" style="edgeStyle=orthogonalEdgeStyle;rounded=0;orthogonalLoop=1;jettySize=auto;html=1;exitX=1;exitY=0.5;exitDx=0;exitDy=0;" parent="1" source="FtwS1VE2ofwAxsUsAAHx-22" target="FtwS1VE2ofwAxsUsAAHx-3" edge="1">
          <mxGeometry relative="1" as="geometry" />
        </mxCell>
        <mxCell id="FtwS1VE2ofwAxsUsAAHx-9" value="CRON&lt;div&gt;ПОЛУЧАЕТ СПИСОК&amp;nbsp;&lt;/div&gt;&lt;div&gt;CRL&lt;/div&gt;" style="edgeLabel;html=1;align=center;verticalAlign=middle;resizable=0;points=[];" parent="FtwS1VE2ofwAxsUsAAHx-8" vertex="1" connectable="0">
          <mxGeometry x="0.0367" y="2" relative="1" as="geometry">
            <mxPoint as="offset" />
          </mxGeometry>
        </mxCell>
        <mxCell id="FtwS1VE2ofwAxsUsAAHx-13" value="серверный сертифитат&lt;br&gt;+ эндпоинт clr" style="edgeStyle=orthogonalEdgeStyle;rounded=0;orthogonalLoop=1;jettySize=auto;html=1;entryX=0.5;entryY=1;entryDx=0;entryDy=0;" parent="1" source="FtwS1VE2ofwAxsUsAAHx-7" target="FtwS1VE2ofwAxsUsAAHx-2" edge="1">
          <mxGeometry x="-0.5" relative="1" as="geometry">
            <mxPoint as="offset" />
          </mxGeometry>
        </mxCell>
        <mxCell id="FtwS1VE2ofwAxsUsAAHx-7" value="VIP NET ИЛИ NGINX + CRYPTO PRO&lt;br&gt;&lt;br&gt;VIP NET ЭТО NGINX + СКЗИ от Инфотекс" style="rounded=1;whiteSpace=wrap;html=1;" parent="1" vertex="1">
          <mxGeometry x="-10" y="3520" width="290" height="60" as="geometry" />
        </mxCell>
        <mxCell id="FtwS1VE2ofwAxsUsAAHx-14" value="ГОСТ &lt;br&gt;TLS" style="edgeLabel;html=1;align=center;verticalAlign=middle;resizable=0;points=[];" parent="1" vertex="1" connectable="0">
          <mxGeometry x="330" y="3459.997142857143" as="geometry">
            <mxPoint x="-65" y="-1" as="offset" />
          </mxGeometry>
        </mxCell>
        <mxCell id="FtwS1VE2ofwAxsUsAAHx-20" value="Уточнить у Лены на сколько это важно" style="text;html=1;align=center;verticalAlign=middle;resizable=0;points=[];autosize=1;strokeColor=none;fillColor=none;" parent="1" vertex="1">
          <mxGeometry x="15" y="3190" width="240" height="30" as="geometry" />
        </mxCell>
        <mxCell id="FtwS1VE2ofwAxsUsAAHx-22" value="CRL SERVICE" style="rounded=1;whiteSpace=wrap;html=1;" parent="1" vertex="1">
          <mxGeometry x="150" y="3670" width="160" height="60" as="geometry" />
+         </mxCell>
+         <mxCell id="OSf77H6NhaFf7Hdhq3k_-2" value="Text" style="text;html=1;align=center;verticalAlign=middle;resizable=0;points=[];autosize=1;strokeColor=none;fillColor=none;" vertex="1" parent="1">
+           <mxGeometry x="975" y="1088" width="50" height="30" as="geometry" />
        </mxCell>
      </root>
    </mxGraphModel>
  </diagram>
  <diagram id="uBDOwDkbMl7s8IWg1npg" name="mock sbercloud">
    <mxGraphModel dx="2022" dy="1866" grid="1" gridSize="10" guides="1" tooltips="1" connect="1" arrows="1" fold="1" page="1" pageScale="1" pageWidth="827" pageHeight="1169" math="0" shadow="0">
      <root>
        <mxCell id="0" />
        <mxCell id="1" parent="0" />
        <mxCell id="SZgRoid6-ahaHkUjuE02-17" value="" style="edgeStyle=orthogonalEdgeStyle;rounded=0;orthogonalLoop=1;jettySize=auto;html=1;" parent="1" source="SZgRoid6-ahaHkUjuE02-1" target="SZgRoid6-ahaHkUjuE02-2" edge="1">
          <mxGeometry relative="1" as="geometry" />
        </mxCell>
        <mxCell id="SZgRoid6-ahaHkUjuE02-1" value="MOCK PRE" style="rounded=1;whiteSpace=wrap;html=1;" parent="1" vertex="1">
          <mxGeometry x="280" y="395" width="120" height="60" as="geometry" />
        </mxCell>
        <mxCell id="SZgRoid6-ahaHkUjuE02-19" value="" style="edgeStyle=orthogonalEdgeStyle;rounded=0;orthogonalLoop=1;jettySize=auto;html=1;" parent="1" source="SZgRoid6-ahaHkUjuE02-2" target="SZgRoid6-ahaHkUjuE02-10" edge="1">
          <mxGeometry relative="1" as="geometry" />
        </mxCell>
        <mxCell id="SZgRoid6-ahaHkUjuE02-2" value="MOCK TEST" style="rounded=1;whiteSpace=wrap;html=1;" parent="1" vertex="1">
          <mxGeometry x="280" y="515" width="120" height="60" as="geometry" />
        </mxCell>
        <mxCell id="SZgRoid6-ahaHkUjuE02-42" value="" style="edgeStyle=orthogonalEdgeStyle;rounded=0;orthogonalLoop=1;jettySize=auto;html=1;" parent="1" source="SZgRoid6-ahaHkUjuE02-3" target="SZgRoid6-ahaHkUjuE02-12" edge="1">
          <mxGeometry relative="1" as="geometry" />
        </mxCell>
        <mxCell id="SZgRoid6-ahaHkUjuE02-3" value="RORD PRE" style="rounded=1;whiteSpace=wrap;html=1;" parent="1" vertex="1">
          <mxGeometry x="280" y="195" width="120" height="60" as="geometry" />
        </mxCell>
        <mxCell id="SZgRoid6-ahaHkUjuE02-5" value="" style="endArrow=none;dashed=1;html=1;dashPattern=1 3;strokeWidth=2;rounded=0;" parent="1" edge="1">
          <mxGeometry width="50" height="50" relative="1" as="geometry">
            <mxPoint x="170" y="485" as="sourcePoint" />
            <mxPoint x="570" y="485" as="targetPoint" />
          </mxGeometry>
        </mxCell>
        <mxCell id="SZgRoid6-ahaHkUjuE02-6" value="ПРИ ВКЛЮЧЕНИИ ДЕБАГ&lt;div&gt;ПОСЛЕ ПОЛУЧЕНИЯ СООБЩЕНИЯ ОТ РОРД&lt;/div&gt;&lt;div&gt;СС АДАПТЕР ОТПРАВЛЯЕТ СООБШЕНИЕ В МОК СЕРВИС И КОРУ ПРЕПРОДА,&lt;/div&gt;&lt;div&gt;КОТОРЫЙ ДАЛЕЕ ОТПРАВЛЯЕТ СООБЩЕНИЕ В СБЕР&lt;/div&gt;" style="text;html=1;align=left;verticalAlign=middle;resizable=0;points=[];autosize=1;strokeColor=none;fillColor=none;" parent="1" vertex="1">
          <mxGeometry x="430" y="225" width="480" height="70" as="geometry" />
        </mxCell>
        <mxCell id="SZgRoid6-ahaHkUjuE02-10" value="СС АДАПТЕР" style="rounded=1;whiteSpace=wrap;html=1;" parent="1" vertex="1">
          <mxGeometry x="280" y="625" width="120" height="60" as="geometry" />
        </mxCell>
        <mxCell id="SZgRoid6-ahaHkUjuE02-43" value="" style="edgeStyle=orthogonalEdgeStyle;rounded=0;orthogonalLoop=1;jettySize=auto;html=1;" parent="1" source="SZgRoid6-ahaHkUjuE02-12" target="SZgRoid6-ahaHkUjuE02-1" edge="1">
          <mxGeometry relative="1" as="geometry" />
        </mxCell>
        <mxCell id="SZgRoid6-ahaHkUjuE02-45" value="" style="edgeStyle=orthogonalEdgeStyle;rounded=0;orthogonalLoop=1;jettySize=auto;html=1;" parent="1" source="SZgRoid6-ahaHkUjuE02-12" target="SZgRoid6-ahaHkUjuE02-44" edge="1">
          <mxGeometry relative="1" as="geometry" />
        </mxCell>
        <mxCell id="SZgRoid6-ahaHkUjuE02-12" value="CC ADAPTER" style="whiteSpace=wrap;html=1;rounded=1;" parent="1" vertex="1">
          <mxGeometry x="280" y="295" width="120" height="60" as="geometry" />
        </mxCell>
        <mxCell id="SZgRoid6-ahaHkUjuE02-15" value="" style="edgeStyle=orthogonalEdgeStyle;rounded=0;orthogonalLoop=1;jettySize=auto;html=1;" parent="1" target="SZgRoid6-ahaHkUjuE02-3" edge="1">
          <mxGeometry relative="1" as="geometry">
            <mxPoint x="340" y="145" as="sourcePoint" />
          </mxGeometry>
        </mxCell>
        <mxCell id="SZgRoid6-ahaHkUjuE02-20" value="1. ШИФРУЕМ СЕРТОМ/&lt;br&gt;&amp;nbsp; &amp;nbsp; ДЕШИФРУЕМ ПРИВАТНЫМ КЛЮЧОМ&lt;br&gt;&lt;br&gt;2. ПОДПИСЫВАЕМ&amp;nbsp;" style="text;html=1;align=left;verticalAlign=middle;resizable=0;points=[];autosize=1;strokeColor=none;fillColor=none;" parent="1" vertex="1">
          <mxGeometry x="90" y="-10" width="250" height="70" as="geometry" />
        </mxCell>
        <mxCell id="SZgRoid6-ahaHkUjuE02-21" value="ПОЛУЧЕНИЕ ОТВЕТА RORD НА ПРЕ" style="text;html=1;align=center;verticalAlign=middle;resizable=0;points=[];autosize=1;strokeColor=none;fillColor=none;" parent="1" vertex="1">
          <mxGeometry x="280" y="103" width="240" height="30" as="geometry" />
        </mxCell>
        <mxCell id="SZgRoid6-ahaHkUjuE02-40" value="" style="edgeStyle=orthogonalEdgeStyle;rounded=0;orthogonalLoop=1;jettySize=auto;html=1;" parent="1" source="SZgRoid6-ahaHkUjuE02-23" target="SZgRoid6-ahaHkUjuE02-28" edge="1">
          <mxGeometry relative="1" as="geometry" />
        </mxCell>
        <mxCell id="SZgRoid6-ahaHkUjuE02-23" value="MOCK PRE" style="rounded=1;whiteSpace=wrap;html=1;" parent="1" vertex="1">
          <mxGeometry x="-490" y="380" width="120" height="60" as="geometry" />
        </mxCell>
        <mxCell id="SZgRoid6-ahaHkUjuE02-38" value="" style="edgeStyle=orthogonalEdgeStyle;rounded=0;orthogonalLoop=1;jettySize=auto;html=1;" parent="1" source="SZgRoid6-ahaHkUjuE02-25" target="SZgRoid6-ahaHkUjuE02-23" edge="1">
          <mxGeometry relative="1" as="geometry" />
        </mxCell>
        <mxCell id="SZgRoid6-ahaHkUjuE02-25" value="MOCK TEST" style="rounded=1;whiteSpace=wrap;html=1;" parent="1" vertex="1">
          <mxGeometry x="-490" y="525" width="120" height="60" as="geometry" />
        </mxCell>
        <mxCell id="SZgRoid6-ahaHkUjuE02-26" value="" style="edgeStyle=orthogonalEdgeStyle;rounded=0;orthogonalLoop=1;jettySize=auto;html=1;" parent="1" source="SZgRoid6-ahaHkUjuE02-28" target="SZgRoid6-ahaHkUjuE02-31" edge="1">
          <mxGeometry relative="1" as="geometry" />
        </mxCell>
        <mxCell id="SZgRoid6-ahaHkUjuE02-28" value="&lt;div&gt;CC ADAPTER&lt;br&gt;&lt;/div&gt;" style="rounded=1;whiteSpace=wrap;html=1;" parent="1" vertex="1">
          <mxGeometry x="-490" y="240" width="120" height="60" as="geometry" />
        </mxCell>
        <mxCell id="SZgRoid6-ahaHkUjuE02-29" value="ПРИ ВКЛЮЧЕНИИ ДЕБАГ&lt;div&gt;ПОСЛЕ ПОЛУЧЕНИЯ СООБЩЕНИЯ ОТ РОРД&lt;/div&gt;&lt;div&gt;СС АДАПТЕР ОТПРАВЛЯЕТ СООБШЕНИЕ В МОК СЕРВИС,&lt;/div&gt;&lt;div&gt;КОТОРЫЙ ДАЛЕЕ ОТПРАВЛЯЕТ СООБЩЕНИЕ В СБЕР&lt;/div&gt;" style="text;html=1;align=left;verticalAlign=middle;resizable=0;points=[];autosize=1;strokeColor=none;fillColor=none;" parent="1" vertex="1">
          <mxGeometry x="-320" y="150" width="360" height="70" as="geometry" />
        </mxCell>
        <mxCell id="SZgRoid6-ahaHkUjuE02-36" value="" style="edgeStyle=orthogonalEdgeStyle;rounded=0;orthogonalLoop=1;jettySize=auto;html=1;" parent="1" source="SZgRoid6-ahaHkUjuE02-30" target="SZgRoid6-ahaHkUjuE02-25" edge="1">
          <mxGeometry relative="1" as="geometry" />
        </mxCell>
        <mxCell id="SZgRoid6-ahaHkUjuE02-37" value="&lt;div&gt;СС адаптер должен зашифросать сообщение.&lt;/div&gt;&lt;div&gt;Шифрует он на сертификат коры, тк нам доступен приватный ключ коры preprod&lt;br&gt;&lt;br&gt;&lt;/div&gt;" style="edgeLabel;html=1;align=left;verticalAlign=middle;resizable=0;points=[];" parent="SZgRoid6-ahaHkUjuE02-36" vertex="1" connectable="0">
          <mxGeometry x="-0.14" relative="1" as="geometry">
            <mxPoint x="70" y="62" as="offset" />
          </mxGeometry>
        </mxCell>
        <mxCell id="SZgRoid6-ahaHkUjuE02-30" value="СС АДАПТЕР" style="rounded=1;whiteSpace=wrap;html=1;" parent="1" vertex="1">
          <mxGeometry x="-490" y="660" width="120" height="60" as="geometry" />
        </mxCell>
        <mxCell id="SZgRoid6-ahaHkUjuE02-31" value="RORD PRE" style="whiteSpace=wrap;html=1;rounded=1;" parent="1" vertex="1">
          <mxGeometry x="-190" y="240" width="120" height="60" as="geometry" />
        </mxCell>
        <mxCell id="SZgRoid6-ahaHkUjuE02-34" value="ОТПРАВКА ЗАПРОСА В РОРД ОТ СБЕРКЛАУД" style="text;html=1;align=center;verticalAlign=middle;resizable=0;points=[];autosize=1;strokeColor=none;fillColor=none;" parent="1" vertex="1">
          <mxGeometry x="-500" y="100" width="290" height="30" as="geometry" />
        </mxCell>
        <mxCell id="SZgRoid6-ahaHkUjuE02-35" value="" style="endArrow=none;dashed=1;html=1;dashPattern=1 3;strokeWidth=2;rounded=0;" parent="1" edge="1">
          <mxGeometry width="50" height="50" relative="1" as="geometry">
            <mxPoint x="-610" y="480" as="sourcePoint" />
            <mxPoint x="-210" y="480" as="targetPoint" />
          </mxGeometry>
        </mxCell>
        <mxCell id="SZgRoid6-ahaHkUjuE02-39" value="Расшифровывает приватным ключом коры,&lt;br&gt;убирает подпись коры сбера&lt;br&gt;подписывает сертификатом коры пре&lt;br&gt;далее отправляем в контур контроля препрода" style="edgeLabel;html=1;align=left;verticalAlign=middle;resizable=0;points=[];" parent="1" vertex="1" connectable="0">
          <mxGeometry x="-355" y="410" as="geometry" />
        </mxCell>
        <mxCell id="SZgRoid6-ahaHkUjuE02-41" value="Проксирует вызов в мок препрода" style="edgeLabel;html=1;align=left;verticalAlign=middle;resizable=0;points=[];" parent="1" vertex="1" connectable="0">
          <mxGeometry x="-360" y="560" as="geometry" />
        </mxCell>
        <mxCell id="SZgRoid6-ahaHkUjuE02-44" value="CORE" style="whiteSpace=wrap;html=1;rounded=1;" parent="1" vertex="1">
          <mxGeometry x="470" y="295" width="120" height="60" as="geometry" />
        </mxCell>
        <mxCell id="SZgRoid6-ahaHkUjuE02-46" value="Шифрует сертификатом КК сбера" style="text;html=1;align=left;verticalAlign=middle;resizable=0;points=[];autosize=1;strokeColor=none;fillColor=none;" parent="1" vertex="1">
          <mxGeometry x="414" y="410" width="210" height="30" as="geometry" />
        </mxCell>
      </root>
    </mxGraphModel>
  </diagram>
  <diagram id="_H_A2X_SbstTiTWt9WqZ" name="АД-КК">
-     <mxGraphModel dx="1753" dy="478" grid="1" gridSize="10" guides="1" tooltips="1" connect="1" arrows="1" fold="1" page="1" pageScale="1" pageWidth="827" pageHeight="1169" math="0" shadow="0">
+     <mxGraphModel dx="2261" dy="836" grid="1" gridSize="10" guides="1" tooltips="1" connect="1" arrows="1" fold="1" page="1" pageScale="1" pageWidth="827" pageHeight="1169" math="0" shadow="0">
      <root>
        <mxCell id="0" />
        <mxCell id="1" parent="0" />
-         <mxCell id="rQOWluhkCJ1iAe6KPbY6-1" value="" style="edgeStyle=orthogonalEdgeStyle;rounded=0;orthogonalLoop=1;jettySize=auto;html=1;" edge="1" parent="1" source="rQOWluhkCJ1iAe6KPbY6-3" target="rQOWluhkCJ1iAe6KPbY6-4">
-           <mxGeometry relative="1" as="geometry" />
-         </mxCell>
-         <mxCell id="rQOWluhkCJ1iAe6KPbY6-2" value="ДАННЫЕ + ГРУППЫ" style="edgeLabel;html=1;align=center;verticalAlign=middle;resizable=0;points=[];" vertex="1" connectable="0" parent="rQOWluhkCJ1iAe6KPbY6-1">
+         <mxCell id="rQOWluhkCJ1iAe6KPbY6-1" value="" style="edgeStyle=orthogonalEdgeStyle;rounded=0;orthogonalLoop=1;jettySize=auto;html=1;" parent="1" source="rQOWluhkCJ1iAe6KPbY6-3" target="rQOWluhkCJ1iAe6KPbY6-4" edge="1">
+           <mxGeometry relative="1" as="geometry" />
+         </mxCell>
+         <mxCell id="rQOWluhkCJ1iAe6KPbY6-2" value="ДАННЫЕ + ГРУППЫ" style="edgeLabel;html=1;align=center;verticalAlign=middle;resizable=0;points=[];" parent="rQOWluhkCJ1iAe6KPbY6-1" vertex="1" connectable="0">
          <mxGeometry x="-0.0063" y="-1" relative="1" as="geometry">
            <mxPoint as="offset" />
          </mxGeometry>
        </mxCell>
-         <mxCell id="rQOWluhkCJ1iAe6KPbY6-3" value="АД" style="rounded=1;whiteSpace=wrap;html=1;" vertex="1" parent="1">
+         <mxCell id="rQOWluhkCJ1iAe6KPbY6-3" value="АД" style="rounded=1;whiteSpace=wrap;html=1;" parent="1" vertex="1">
          <mxGeometry x="400" y="760" width="120" height="60" as="geometry" />
        </mxCell>
-         <mxCell id="rQOWluhkCJ1iAe6KPbY6-4" value="КК" style="rounded=1;whiteSpace=wrap;html=1;" vertex="1" parent="1">
+         <mxCell id="rQOWluhkCJ1iAe6KPbY6-4" value="КК" style="rounded=1;whiteSpace=wrap;html=1;" parent="1" vertex="1">
          <mxGeometry x="310" y="610" width="260" height="170" as="geometry" />
        </mxCell>
-         <mxCell id="rQOWluhkCJ1iAe6KPbY6-5" value="SCOPE FINMON" style="rounded=1;whiteSpace=wrap;html=1;" vertex="1" parent="1">
+         <mxCell id="rQOWluhkCJ1iAe6KPbY6-5" value="SCOPE FINMON" style="rounded=1;whiteSpace=wrap;html=1;" parent="1" vertex="1">
          <mxGeometry x="310" y="190" width="180" height="60" as="geometry" />
        </mxCell>
-         <mxCell id="rQOWluhkCJ1iAe6KPbY6-6" value="АД ГРУППА FINMON" style="rounded=1;whiteSpace=wrap;html=1;" vertex="1" parent="1">
+         <mxCell id="rQOWluhkCJ1iAe6KPbY6-6" value="АД ГРУППА FINMON" style="rounded=1;whiteSpace=wrap;html=1;" parent="1" vertex="1">
          <mxGeometry x="570" y="140" width="150" height="60" as="geometry" />
        </mxCell>
-         <mxCell id="rQOWluhkCJ1iAe6KPbY6-7" value="АД ГРУППА ABC" style="rounded=1;whiteSpace=wrap;html=1;" vertex="1" parent="1">
+         <mxCell id="rQOWluhkCJ1iAe6KPbY6-7" value="АД ГРУППА ABC" style="rounded=1;whiteSpace=wrap;html=1;" parent="1" vertex="1">
          <mxGeometry x="570" y="220" width="150" height="60" as="geometry" />
        </mxCell>
-         <mxCell id="rQOWluhkCJ1iAe6KPbY6-8" value="SCOPE CBDC USER" style="rounded=1;whiteSpace=wrap;html=1;" vertex="1" parent="1">
+         <mxCell id="rQOWluhkCJ1iAe6KPbY6-8" value="SCOPE CBDC USER" style="rounded=1;whiteSpace=wrap;html=1;" parent="1" vertex="1">
          <mxGeometry x="310" y="270" width="180" height="60" as="geometry" />
        </mxCell>
-         <mxCell id="rQOWluhkCJ1iAe6KPbY6-9" value="Клиент идет в кейклоак, кейклоак идет в ад и получает все адшные роли пользака&lt;br&gt;кейклок по ад ролям находит лужный скоуп и возвращает его в админку&lt;div&gt;анминка мипит скоуп на роль админки&lt;/div&gt;" style="text;html=1;align=center;verticalAlign=middle;resizable=0;points=[];autosize=1;strokeColor=none;fillColor=none;" vertex="1" parent="1">
+         <mxCell id="rQOWluhkCJ1iAe6KPbY6-9" value="Клиент идет в кейклоак, кейклоак идет в ад и получает все адшные роли пользака&lt;br&gt;кейклок по ад ролям находит лужный скоуп и возвращает его в админку&lt;div&gt;анминка мипит скоуп на роль админки&lt;/div&gt;" style="text;html=1;align=center;verticalAlign=middle;resizable=0;points=[];autosize=1;strokeColor=none;fillColor=none;" parent="1" vertex="1">
          <mxGeometry x="-90" y="50" width="490" height="60" as="geometry" />
+         </mxCell>
+       </root>
+     </mxGraphModel>
+   </diagram>
+   <diagram id="10sREDHxWFRAf4LUcJ-9" name="миграция сертификатов">
+     <mxGraphModel dx="989" dy="1746" grid="1" gridSize="10" guides="1" tooltips="1" connect="1" arrows="1" fold="1" page="1" pageScale="1" pageWidth="827" pageHeight="1169" math="0" shadow="0">
+       <root>
+         <mxCell id="0" />
+         <mxCell id="1" parent="0" />
+         <mxCell id="LIY8Nt1dbvt3XdZa03nv-1" value="&lt;div&gt;&lt;span style=&quot;background-color: transparent; color: light-dark(rgb(0, 0, 0), rgb(255, 255, 255));&quot;&gt;&lt;br&gt;&lt;/span&gt;&lt;/div&gt;&lt;div&gt;&lt;span style=&quot;background-color: transparent; color: light-dark(rgb(0, 0, 0), rgb(255, 255, 255));&quot;&gt;&lt;br&gt;&lt;/span&gt;&lt;/div&gt;&lt;div&gt;&lt;span style=&quot;background-color: transparent; color: light-dark(rgb(0, 0, 0), rgb(255, 255, 255));&quot;&gt;&lt;br&gt;&lt;/span&gt;&lt;/div&gt;&lt;div&gt;&lt;span style=&quot;background-color: transparent; color: light-dark(rgb(0, 0, 0), rgb(255, 255, 255));&quot;&gt;&lt;br&gt;&lt;/span&gt;&lt;/div&gt;&lt;div&gt;&lt;span style=&quot;background-color: transparent; color: light-dark(rgb(0, 0, 0), rgb(255, 255, 255));&quot;&gt;&lt;br&gt;&lt;/span&gt;&lt;/div&gt;&lt;div&gt;&lt;span style=&quot;background-color: transparent; color: light-dark(rgb(0, 0, 0), rgb(255, 255, 255));&quot;&gt;&lt;br&gt;&lt;/span&gt;&lt;/div&gt;&lt;div&gt;&lt;span style=&quot;background-color: transparent; color: light-dark(rgb(0, 0, 0), rgb(255, 255, 255));&quot;&gt;&lt;br&gt;&lt;/span&gt;&lt;/div&gt;&lt;div&gt;&lt;span style=&quot;background-color: transparent; color: light-dark(rgb(0, 0, 0), rgb(255, 255, 255));&quot;&gt;&lt;br&gt;&lt;/span&gt;&lt;/div&gt;&lt;div&gt;&lt;span style=&quot;background-color: transparent; color: light-dark(rgb(0, 0, 0), rgb(255, 255, 255));&quot;&gt;&lt;br&gt;&lt;/span&gt;&lt;/div&gt;&lt;div&gt;&lt;div&gt;&lt;span style=&quot;background-color: transparent; color: light-dark(rgb(0, 0, 0), rgb(255, 255, 255));&quot;&gt;## Первый этап:&lt;/span&gt;&lt;br&gt;&lt;/div&gt;&lt;div&gt;ЦБ присылает ADMIN CA&lt;/div&gt;&lt;div&gt;&lt;span style=&quot;background-color: transparent; color: light-dark(rgb(0, 0, 0), rgb(255, 255, 255));&quot;&gt;Обязательно требуется добавить&amp;nbsp;&lt;/span&gt;&lt;span style=&quot;background-color: transparent; color: light-dark(rgb(0, 0, 0), rgb(255, 255, 255));&quot;&gt;ADMIN CA в мобилку&lt;/span&gt;&lt;/div&gt;&lt;/div&gt;&lt;div&gt;&lt;span style=&quot;background-color: transparent; color: light-dark(rgb(0, 0, 0), rgb(255, 255, 255));&quot;&gt;&lt;br&gt;&lt;/span&gt;&lt;/div&gt;&lt;div&gt;&lt;br&gt;&lt;/div&gt;&lt;div&gt;&lt;span style=&quot;background-color: transparent; color: light-dark(rgb(0, 0, 0), rgb(255, 255, 255));&quot;&gt;### Второй этап:&lt;/span&gt;&lt;br&gt;&lt;/div&gt;&lt;div&gt;- РОРД присылает сертификаты РОРД&lt;/div&gt;&lt;div&gt;сертификатов РОРД несколько:&lt;br&gt;&lt;/div&gt;&lt;div&gt;сертификат КК&amp;nbsp;&lt;span style=&quot;background-color: transparent; color: light-dark(rgb(0, 0, 0), rgb(255, 255, 255));&quot;&gt;РОРД&lt;/span&gt;&lt;span style=&quot;background-color: transparent; color: light-dark(rgb(0, 0, 0), rgb(255, 255, 255));&quot;&gt;&amp;nbsp;&amp;nbsp;&lt;/span&gt;&lt;span style=&quot;background-color: transparent; color: light-dark(rgb(0, 0, 0), rgb(255, 255, 255));&quot;&gt;- один&lt;/span&gt;&lt;/div&gt;&lt;div&gt;сертификат КО&amp;nbsp;&lt;span style=&quot;color: light-dark(rgb(0, 0, 0), rgb(255, 255, 255)); background-color: transparent;&quot;&gt;РОРД&lt;/span&gt;&lt;span style=&quot;color: light-dark(rgb(0, 0, 0), rgb(255, 255, 255)); background-color: transparent;&quot;&gt;&amp;nbsp;&amp;nbsp;&lt;/span&gt;&lt;span style=&quot;color: light-dark(rgb(0, 0, 0), rgb(255, 255, 255)); background-color: transparent;&quot;&gt;- четырые&lt;/span&gt;&lt;span style=&quot;background-color: transparent; color: light-dark(rgb(0, 0, 0), rgb(255, 255, 255));&quot;&gt;&lt;br&gt;&lt;/span&gt;&lt;/div&gt;&lt;div&gt;&lt;span style=&quot;background-color: transparent; color: light-dark(rgb(0, 0, 0), rgb(255, 255, 255));&quot;&gt;сертификат&amp;nbsp;&lt;/span&gt;&lt;span style=&quot;background-color: transparent; color: light-dark(rgb(0, 0, 0), rgb(255, 255, 255));&quot;&gt;&amp;nbsp;&lt;/span&gt;&lt;span style=&quot;background-color: transparent; color: light-dark(rgb(0, 0, 0), rgb(255, 255, 255));&quot;&gt;КК&amp;nbsp;&lt;/span&gt;&lt;span style=&quot;background-color: transparent; color: light-dark(rgb(0, 0, 0), rgb(255, 255, 255));&quot;&gt;РОРД прописываем в subjects cc adapter&lt;/span&gt;&lt;br&gt;&lt;/div&gt;&lt;div&gt;&lt;span style=&quot;background-color: transparent; color: light-dark(rgb(0, 0, 0), rgb(255, 255, 255));&quot;&gt;cc adapter по&amp;nbsp;&lt;/span&gt;&lt;span style=&quot;background-color: transparent; color: light-dark(rgb(0, 0, 0), rgb(255, 255, 255));&quot;&gt;subjects&lt;/span&gt;&lt;span style=&quot;background-color: transparent; color: light-dark(rgb(0, 0, 0), rgb(255, 255, 255));&quot;&gt;&amp;nbsp;из янтаря получает сертификат&lt;/span&gt;&lt;/div&gt;&lt;div&gt;&lt;span style=&quot;background-color: transparent; color: light-dark(rgb(0, 0, 0), rgb(255, 255, 255));&quot;&gt;- Добавить админ CA в сессии янтаря&lt;/span&gt;&lt;br&gt;&lt;/div&gt;&lt;div&gt;&lt;br&gt;&lt;/div&gt;&lt;div&gt;&lt;br&gt;&lt;/div&gt;&lt;div&gt;&lt;span style=&quot;background-color: transparent; color: light-dark(rgb(0, 0, 0), rgb(255, 255, 255));&quot;&gt;### Третий этап:&lt;/span&gt;&lt;/div&gt;&lt;div&gt;&lt;span style=&quot;background-color: transparent; color: light-dark(rgb(0, 0, 0), rgb(255, 255, 255));&quot;&gt;Процесс обновления сертификатов&lt;/span&gt;&lt;br&gt;&lt;/div&gt;&lt;div&gt;Цб присылает корневой сертификат ADMIN CA + промежуточные сертификаты уц, ко и кк&lt;/div&gt;&lt;div&gt;сертификатов ко и кк по два. основной и резервный&lt;br&gt;&lt;/div&gt;&lt;div&gt;&lt;br&gt;&lt;/div&gt;&lt;div&gt;ADMIN CA&amp;nbsp; - корневой сертификат ЦБ&lt;br&gt;&lt;/div&gt;&lt;div&gt;промежуточный сертификат CA - сертификат УЦ&lt;br&gt;&lt;/div&gt;&lt;div&gt;сертификаты КО и КК&lt;/div&gt;&lt;div&gt;&lt;br&gt;&lt;/div&gt;&lt;div&gt;&lt;br&gt;&lt;/div&gt;&lt;div&gt;&lt;span style=&quot;background-color: transparent; color: light-dark(rgb(0, 0, 0), rgb(255, 255, 255));&quot;&gt;Требуется:&lt;/span&gt;&lt;br&gt;&lt;/div&gt;&lt;div style=&quot;&quot;&gt;1) В янтаре КО и КК добавить все четыре сертификата&lt;/div&gt;&lt;div style=&quot;&quot;&gt;для янтаря&lt;span style=&quot;background-color: transparent; color: light-dark(rgb(0, 0, 0), rgb(255, 255, 255));&quot;&gt;&amp;nbsp;рабочий сертификат - тот которым подписывает и расшифровывает сообщения&lt;/span&gt;&lt;/div&gt;&lt;div style=&quot;&quot;&gt;&lt;span style=&quot;background-color: transparent; color: light-dark(rgb(0, 0, 0), rgb(255, 255, 255));&quot;&gt;2) Для сессии УЦ добавляем корневой&amp;nbsp;&lt;/span&gt;&lt;span style=&quot;background-color: transparent; color: light-dark(rgb(0, 0, 0), rgb(255, 255, 255));&quot;&gt;ADMIN CA&lt;/span&gt;&lt;span style=&quot;background-color: transparent; color: light-dark(rgb(0, 0, 0), rgb(255, 255, 255));&quot;&gt;, CA, сертификат оператора.&lt;/span&gt;&lt;/div&gt;&lt;div style=&quot;&quot;&gt;&lt;span style=&quot;background-color: transparent; color: light-dark(rgb(0, 0, 0), rgb(255, 255, 255));&quot;&gt;Сертификат оператора - сертификат выпущенный&amp;nbsp;&lt;/span&gt;&lt;span style=&quot;background-color: transparent; color: light-dark(rgb(0, 0, 0), rgb(255, 255, 255));&quot;&gt;CA и используемый для подписи запросов к УЦ&lt;/span&gt;&lt;/div&gt;&lt;div style=&quot;&quot;&gt;&lt;span style=&quot;background-color: transparent; color: light-dark(rgb(0, 0, 0), rgb(255, 255, 255));&quot;&gt;&lt;br&gt;&lt;/span&gt;&lt;/div&gt;&lt;div style=&quot;&quot;&gt;&lt;span style=&quot;background-color: transparent; color: light-dark(rgb(0, 0, 0), rgb(255, 255, 255));&quot;&gt;&lt;br&gt;&lt;/span&gt;&lt;/div&gt;&lt;div style=&quot;&quot;&gt;&lt;span style=&quot;background-color: transparent; color: light-dark(rgb(0, 0, 0), rgb(255, 255, 255));&quot;&gt;3) в ca/ca-tls&lt;/span&gt;&lt;/div&gt;&lt;div style=&quot;&quot;&gt;меняем&amp;nbsp;&lt;span style=&quot;font-family: &amp;quot;JetBrains Mono&amp;quot;, monospace; background-color: rgb(30, 31, 34); color: rgb(207, 142, 109);&quot;&gt;authority&lt;/span&gt;&lt;span style=&quot;font-family: &amp;quot;JetBrains Mono&amp;quot;, monospace; background-color: rgb(30, 31, 34); color: rgb(188, 190, 196);&quot;&gt;: ***&lt;/span&gt;&lt;/div&gt;&lt;div style=&quot;&quot;&gt;&lt;span style=&quot;font-family: &amp;quot;JetBrains Mono&amp;quot;, monospace; background-color: rgb(30, 31, 34); color: rgb(207, 142, 109);&quot;&gt;authority - центр сертификции (идентификатор издателя), используется выпуска сертификтов клиентов.&amp;nbsp;&lt;/span&gt;&lt;span style=&quot;font-family: &amp;quot;JetBrains Mono&amp;quot;, monospace; background-color: rgb(30, 31, 34); color: rgb(188, 190, 196);&quot;&gt;&lt;br&gt;&lt;/span&gt;&lt;/div&gt;&lt;div style=&quot;&quot;&gt;&lt;span style=&quot;font-family: &amp;quot;JetBrains Mono&amp;quot;, monospace; background-color: rgb(30, 31, 34); color: rgb(207, 142, 109);&quot;&gt;центр сертификции создается новый при переходе на новую серию&lt;br&gt;&lt;/span&gt;&lt;/div&gt;&lt;div style=&quot;&quot;&gt;&lt;span style=&quot;font-family: &amp;quot;JetBrains Mono&amp;quot;, monospace; background-color: rgb(30, 31, 34); color: rgb(207, 142, 109);&quot;&gt;authority - похожа на сессию янтаря.&amp;nbsp;&lt;/span&gt;&lt;span style=&quot;font-family: &amp;quot;JetBrains Mono&amp;quot;, monospace; background-color: rgb(30, 31, 34); color: rgb(207, 142, 109);&quot;&gt;&lt;br&gt;&lt;/span&gt;&lt;/div&gt;&lt;div style=&quot;&quot;&gt;&lt;span style=&quot;font-family: &amp;quot;JetBrains Mono&amp;quot;, monospace; background-color: rgb(30, 31, 34); color: rgb(207, 142, 109);&quot;&gt;&lt;br&gt;&lt;/span&gt;&lt;/div&gt;&lt;div style=&quot;&quot;&gt;&lt;span style=&quot;font-family: &amp;quot;JetBrains Mono&amp;quot;, monospace; background-color: rgb(30, 31, 34); color: rgb(207, 142, 109);&quot;&gt;4) в админку добавить сертификаты УЦ нового CA и CRL (&lt;/span&gt;&lt;span style=&quot;background-color: rgb(30, 31, 34); font-family: &amp;quot;JetBrains Mono&amp;quot;, monospace; color: rgb(207, 142, 109);&quot;&gt;нашего УЦ и Admin CA&lt;/span&gt;&lt;span style=&quot;background-color: light-dark(rgb(30, 31, 34), rgb(30, 31, 34)); font-family: &amp;quot;JetBrains Mono&amp;quot;, monospace; color: light-dark(rgb(207, 142, 109), rgb(207, 142, 109));&quot;&gt;)&amp;nbsp;&lt;/span&gt;&lt;/div&gt;&lt;div style=&quot;&quot;&gt;&lt;span style=&quot;background-color: light-dark(rgb(30, 31, 34), rgb(30, 31, 34)); font-family: &amp;quot;JetBrains Mono&amp;quot;, monospace; color: light-dark(rgb(207, 142, 109), rgb(207, 142, 109));&quot;&gt;и указать toogle отправки&amp;nbsp;&lt;/span&gt;&lt;/div&gt;&lt;div style=&quot;&quot;&gt;&lt;span style=&quot;background-color: light-dark(rgb(30, 31, 34), rgb(30, 31, 34)); font-family: &amp;quot;JetBrains Mono&amp;quot;, monospace; color: light-dark(rgb(207, 142, 109), rgb(207, 142, 109));&quot;&gt;-&amp;nbsp;&lt;/span&gt;&lt;span style=&quot;background-color: rgb(30, 31, 34); font-family: &amp;quot;JetBrains Mono&amp;quot;, monospace; color: rgb(207, 142, 109);&quot;&gt;CRL нашего УЦ в РОРД&lt;/span&gt;&lt;/div&gt;&lt;div style=&quot;&quot;&gt;&lt;span style=&quot;background-color: light-dark(rgb(30, 31, 34), rgb(30, 31, 34)); font-family: &amp;quot;JetBrains Mono&amp;quot;, monospace; color: light-dark(rgb(207, 142, 109), rgb(207, 142, 109));&quot;&gt;-&amp;nbsp;&lt;/span&gt;&lt;span style=&quot;background-color: rgb(30, 31, 34); font-family: &amp;quot;JetBrains Mono&amp;quot;, monospace; color: rgb(207, 142, 109);&quot;&gt;CRL нашего УЦ, CRL&amp;nbsp;&lt;/span&gt;&lt;span style=&quot;background-color: rgb(30, 31, 34); font-family: &amp;quot;JetBrains Mono&amp;quot;, monospace; color: rgb(207, 142, 109);&quot;&gt;Admin CA клиентам&lt;/span&gt;&lt;span style=&quot;background-color: rgb(30, 31, 34); font-family: &amp;quot;JetBrains Mono&amp;quot;, monospace; color: rgb(207, 142, 109);&quot;&gt;&lt;br&gt;&lt;/span&gt;&lt;/div&gt;&lt;div style=&quot;&quot;&gt;&lt;span style=&quot;background-color: rgb(30, 31, 34); font-family: &amp;quot;JetBrains Mono&amp;quot;, monospace; color: rgb(207, 142, 109);&quot;&gt;- сертификат нашего УЦ клиентам&lt;/span&gt;&lt;/div&gt;&lt;div style=&quot;&quot;&gt;&lt;span style=&quot;background-color: rgb(30, 31, 34); font-family: &amp;quot;JetBrains Mono&amp;quot;, monospace; color: rgb(207, 142, 109);&quot;&gt;&lt;br&gt;&lt;/span&gt;&lt;/div&gt;&lt;div style=&quot;&quot;&gt;&lt;span style=&quot;background-color: rgb(30, 31, 34); font-family: &amp;quot;JetBrains Mono&amp;quot;, monospace; color: rgb(207, 142, 109);&quot;&gt;5) Рестартануть амбер адаптер&lt;/span&gt;&lt;/div&gt;&lt;div style=&quot;&quot;&gt;&lt;span style=&quot;background-color: rgb(30, 31, 34); font-family: &amp;quot;JetBrains Mono&amp;quot;, monospace; color: rgb(207, 142, 109);&quot;&gt;&lt;br&gt;&lt;/span&gt;&lt;/div&gt;&lt;div style=&quot;&quot;&gt;&lt;span style=&quot;background-color: light-dark(rgb(30, 31, 34), rgb(30, 31, 34)); font-family: &amp;quot;JetBrains Mono&amp;quot;, monospace; color: light-dark(rgb(207, 142, 109), rgb(207, 142, 109));&quot;&gt;&lt;br&gt;&lt;/span&gt;&lt;/div&gt;&lt;div style=&quot;&quot;&gt;&lt;span style=&quot;background-color: light-dark(rgb(30, 31, 34), rgb(30, 31, 34)); font-family: &amp;quot;JetBrains Mono&amp;quot;, monospace; color: light-dark(rgb(207, 142, 109), rgb(207, 142, 109));&quot;&gt;CRL нашего УЦ в РОРД +&amp;nbsp;&lt;/span&gt;&lt;span style=&quot;background-color: rgb(30, 31, 34); font-family: &amp;quot;JetBrains Mono&amp;quot;, monospace; color: rgb(207, 142, 109);&quot;&gt;CRL нашего УЦ&amp;nbsp;&lt;/span&gt;&lt;span style=&quot;background-color: rgb(30, 31, 34); font-family: &amp;quot;JetBrains Mono&amp;quot;, monospace; color: rgb(207, 142, 109);&quot;&gt;и Admin CA клиентам&lt;/span&gt;&lt;span style=&quot;background-color: rgb(30, 31, 34); font-family: &amp;quot;JetBrains Mono&amp;quot;, monospace; color: rgb(207, 142, 109);&quot;&gt;&amp;nbsp;&lt;/span&gt;&lt;br&gt;&lt;/div&gt;&lt;div style=&quot;&quot;&gt;&lt;span style=&quot;background-color: light-dark(rgb(30, 31, 34), rgb(30, 31, 34)); color: light-dark(rgb(207, 142, 109), rgb(207, 142, 109)); font-family: &amp;quot;JetBrains Mono&amp;quot;, monospace;&quot;&gt;&lt;br&gt;&lt;/span&gt;&lt;/div&gt;&lt;div style=&quot;&quot;&gt;&lt;span style=&quot;background-color: transparent; color: light-dark(rgb(0, 0, 0), rgb(255, 255, 255));&quot;&gt;&lt;br&gt;&lt;/span&gt;&lt;/div&gt;&lt;div style=&quot;&quot;&gt;&lt;span style=&quot;background-color: transparent; color: light-dark(rgb(0, 0, 0), rgb(255, 255, 255));&quot;&gt;&lt;br&gt;&lt;br&gt;&lt;/span&gt;&lt;/div&gt;&lt;div&gt;&lt;br&gt;&lt;/div&gt;" style="text;html=1;align=left;verticalAlign=middle;resizable=0;points=[];autosize=1;strokeColor=none;fillColor=none;" parent="1" vertex="1">
+           <mxGeometry x="30" y="-120" width="740" height="920" as="geometry" />
        </mxCell>
      </root>
    </mxGraphModel>
  </diagram>
</mxfile>
